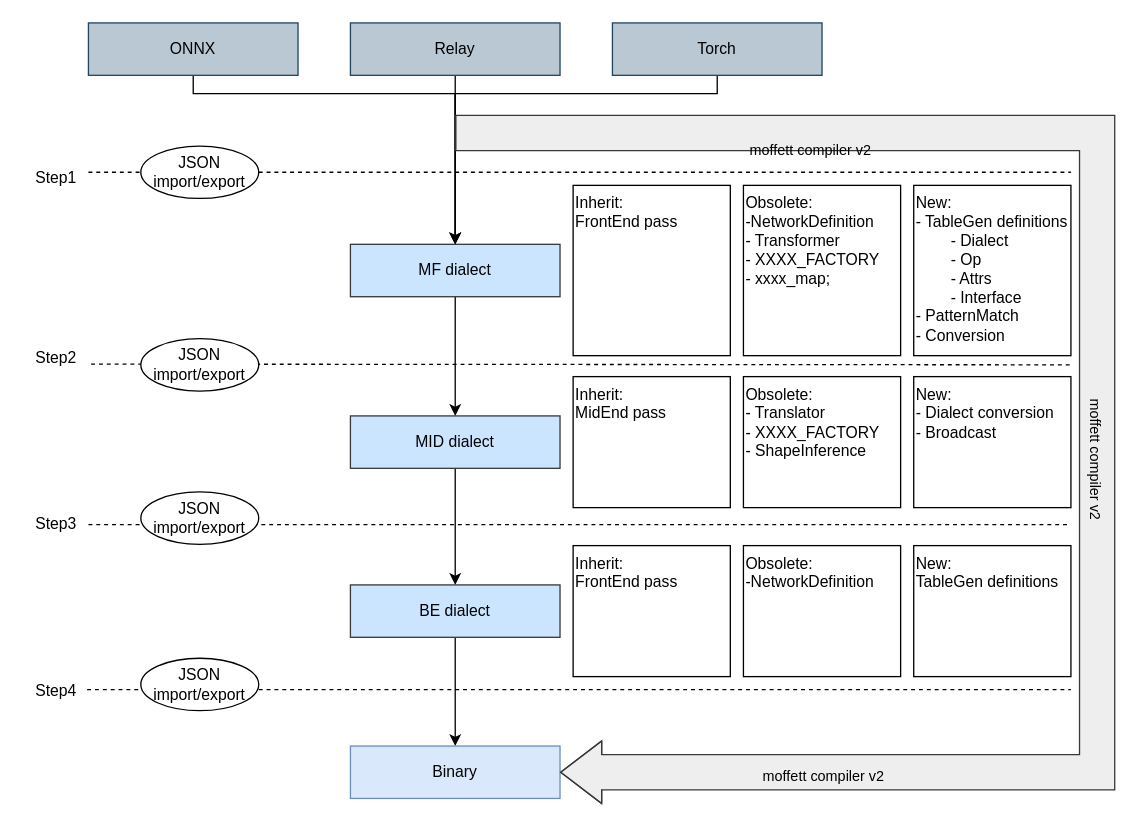
Above: draw/compiler flow.drawio in dracohan/jmhan.github.io (draw.io), before the change. Source tidied: cells renumbered, new cells numbered last; positions are measured from the earlier drawing's top-left corner, leaving out a move shared by most shapes. Both pictures are drawn from the tidied source at 131%, with x=0, y=0 at pixel (22, 22).
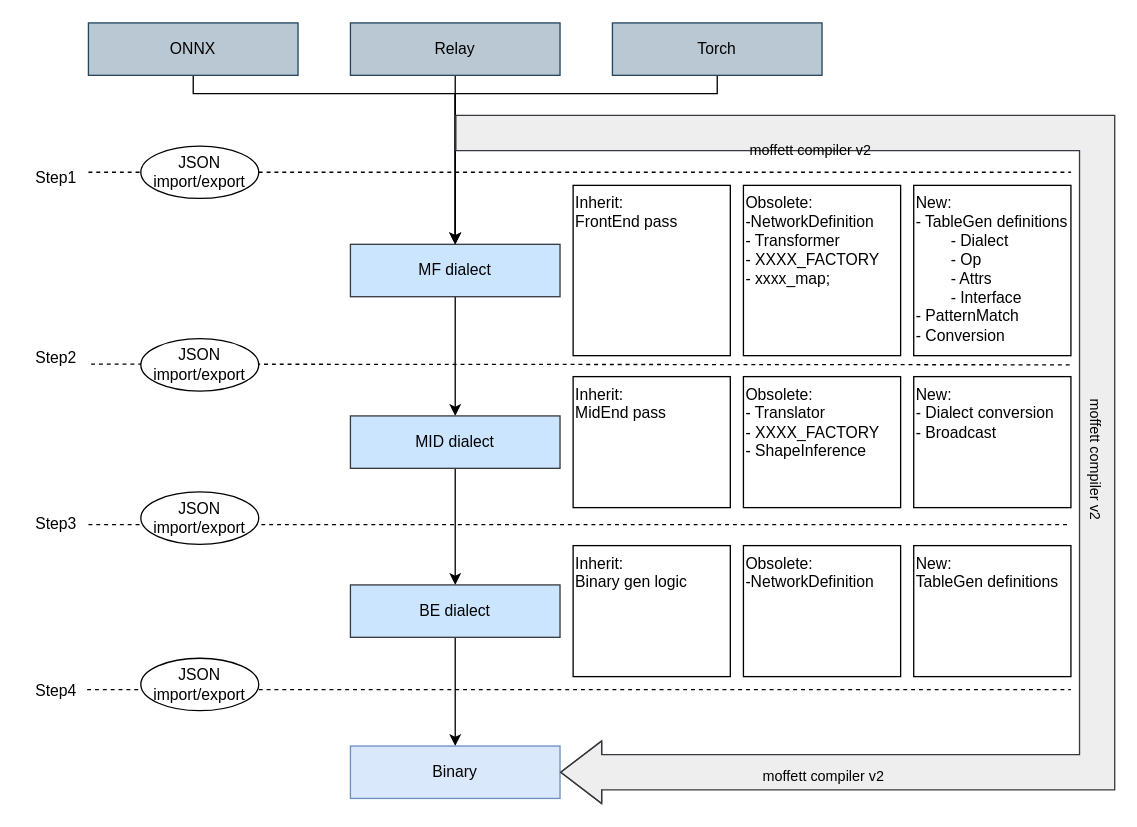
Above is the later version.

The edit, as a diff of the source:
```diff
@@
-    <mxCell id="39" value="Inherit:&lt;br&gt;FrontEnd pass" style="rounded=0;whiteSpace=wrap;html=1;verticalAlign=top;align=left;" parent="1" vertex="1">
+    <mxCell id="39" value="Inherit:&lt;br&gt;Binary gen logic" style="rounded=0;whiteSpace=wrap;html=1;verticalAlign=top;align=left;" parent="1" vertex="1">
       <mxGeometry x="420" y="399" width="120" height="100" as="geometry" />
     </mxCell>
```
